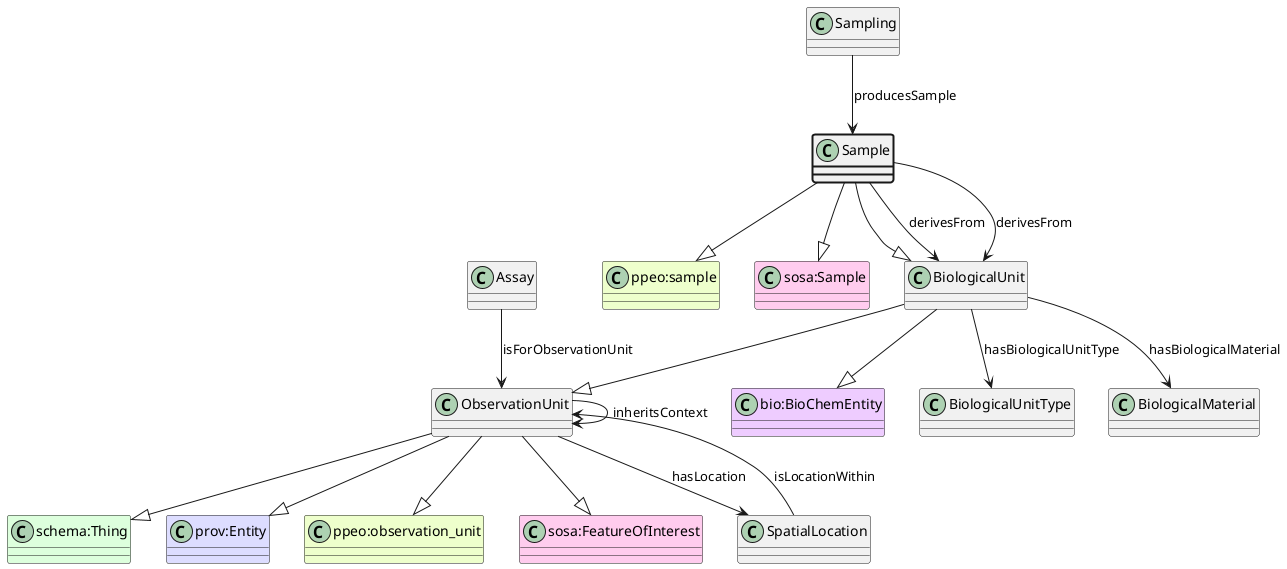
The PlantUML diagram ttl_uml/ttl_appn_Sample.png in aus-plant-phenomics-network/appn-schema, before a commit.
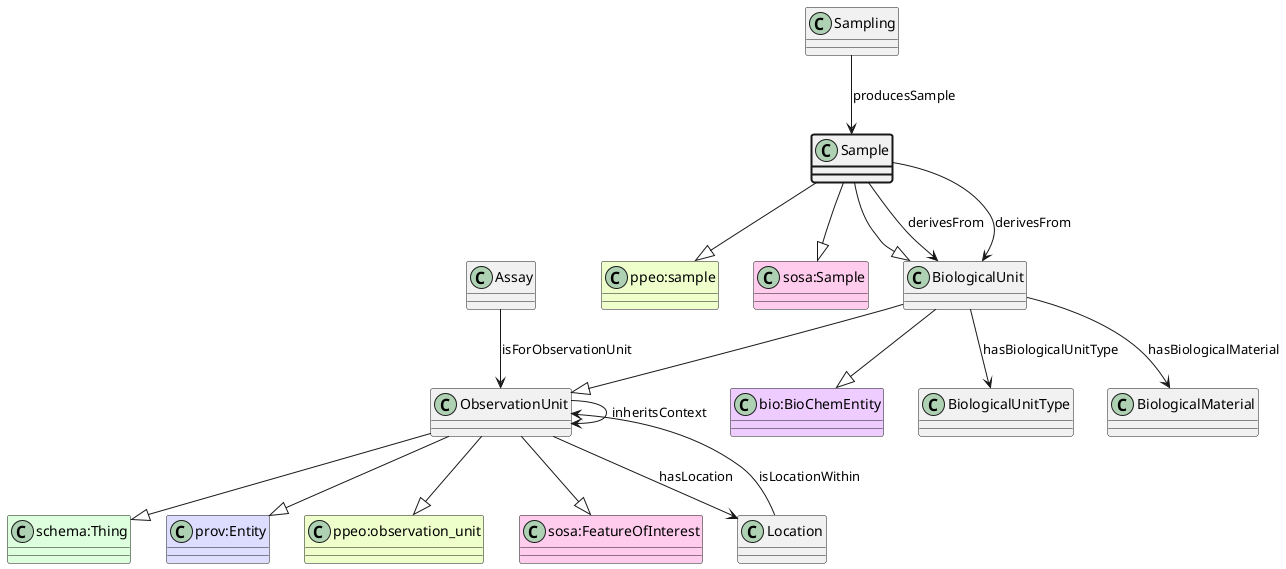
Later version of the same file.

What changed in the source:
```diff
@@ -31,8 +31,8 @@
 Assay --> ObservationUnit : isForObservationUnit
 class ObservationUnit
 ObservationUnit --> ObservationUnit : inheritsContext
-class SpatialLocation
-ObservationUnit --> SpatialLocation : hasLocation
-class SpatialLocation
-SpatialLocation --> ObservationUnit : isLocationWithin
+class Location
+ObservationUnit --> Location : hasLocation
+class Location
+Location --> ObservationUnit : isLocationWithin
 @enduml
```
